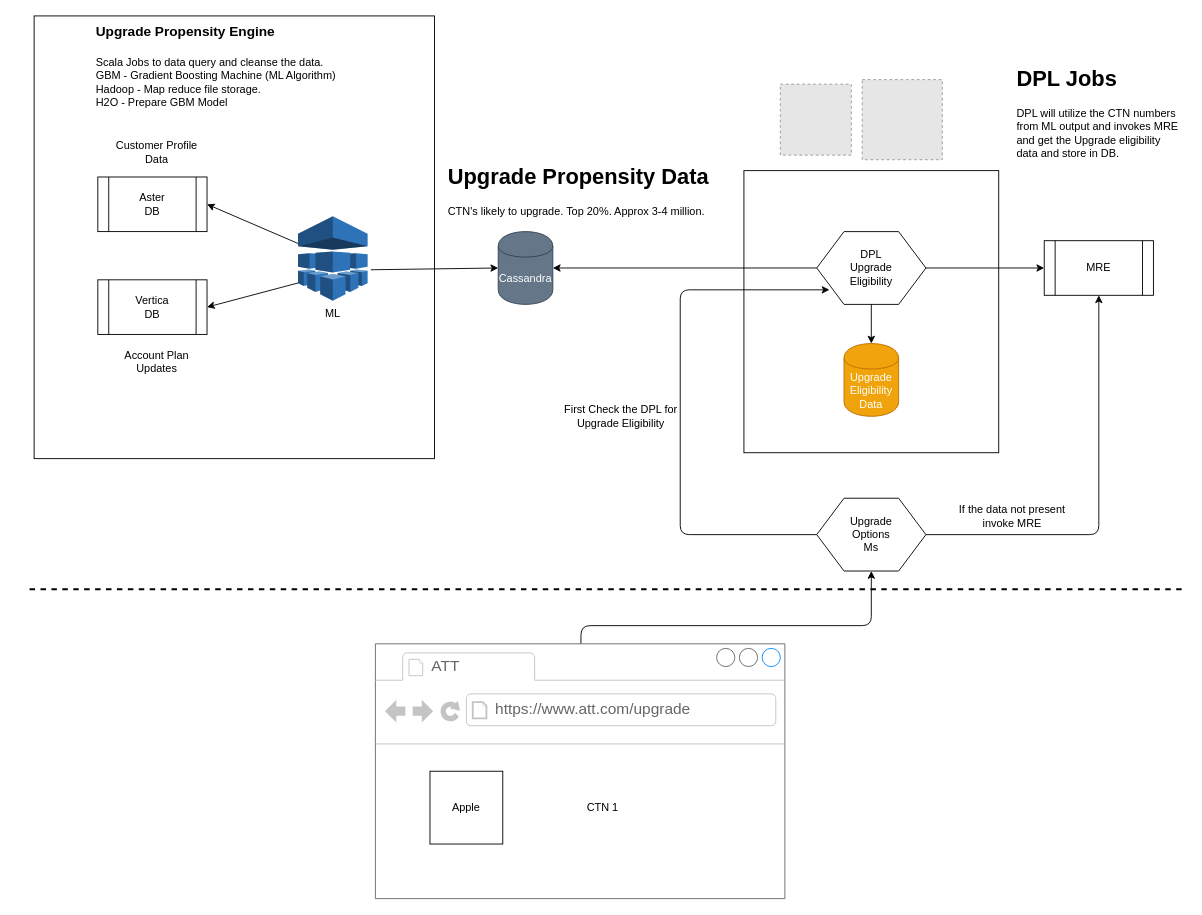
This is page "Page-1" (1 of 2) of Untitled Diagram.drawio from sv231k/osgi-start, a draw.io file, before an edit. Source tidied: cells renumbered, new cells numbered last; positions are measured from the earlier drawing's top-left corner, leaving out a move shared by most shapes. Both pictures are drawn from the tidied source at 91%, with x=0, y=0 at pixel (15, 15). Pictures stored in the file or linked from it are replaced by grey dashed boxes.
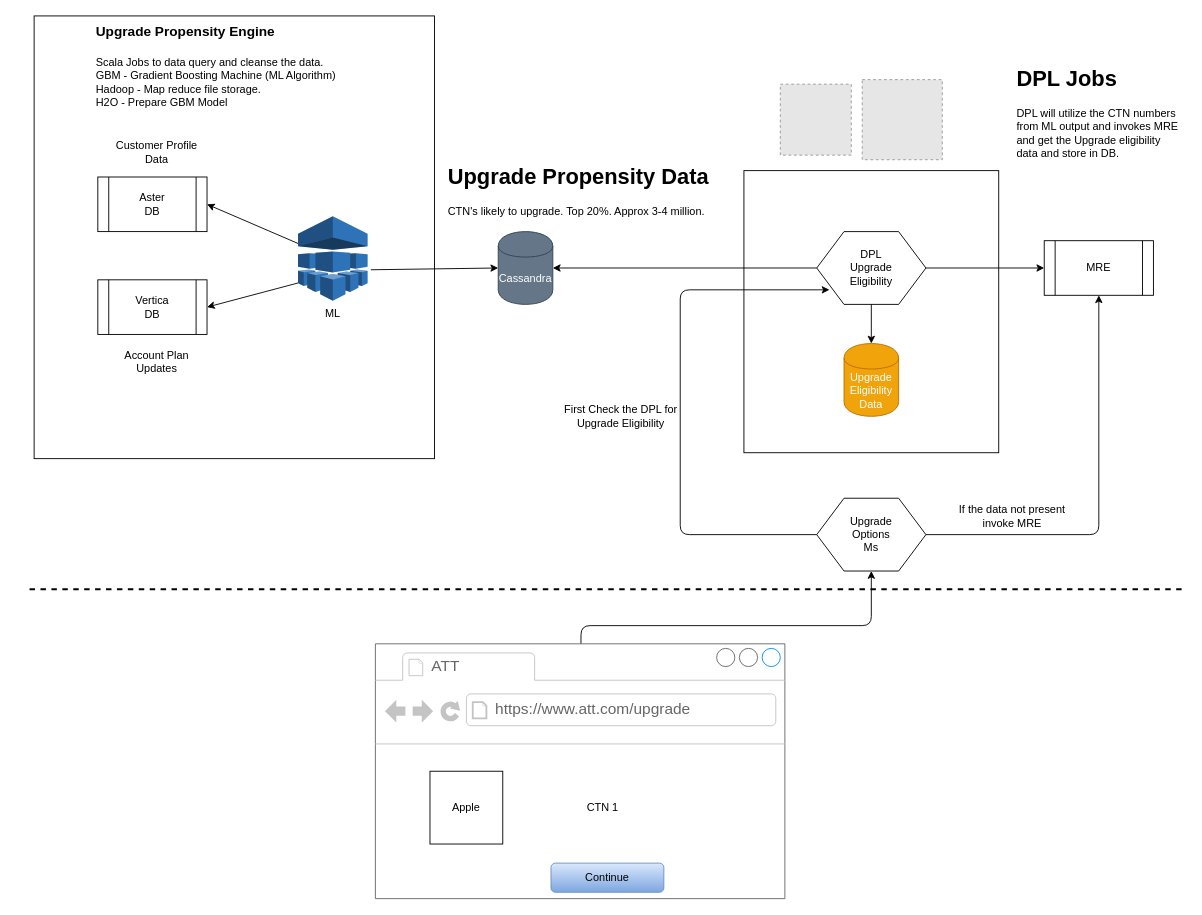
The same page after the edit.

Unchanged cells that the change refers to:
```xml
<mxCell id="27" style="strokeWidth=1;shadow=0;dashed=0;align=center;html=1;shape=mxgraph.mockup.containers.browserWindow;rSize=0;strokeColor=#666666;strokeColor2=#008cff;strokeColor3=#c4c4c4;mainText=,;" parent="1" vertex="1">
  <mxGeometry x="395" y="690" width="450" height="280" as="geometry" />
</mxCell>
```

Change to the diagram source:
```diff
@@
+    <mxCell id="36" value="Continue" style="rounded=1;whiteSpace=wrap;html=1;fillColor=#dae8fc;strokeColor=#6c8ebf;gradientColor=#7ea6e0;" parent="27" vertex="1">
+      <mxGeometry x="193" y="241" width="124" height="32" as="geometry" />
+    </mxCell>
```
